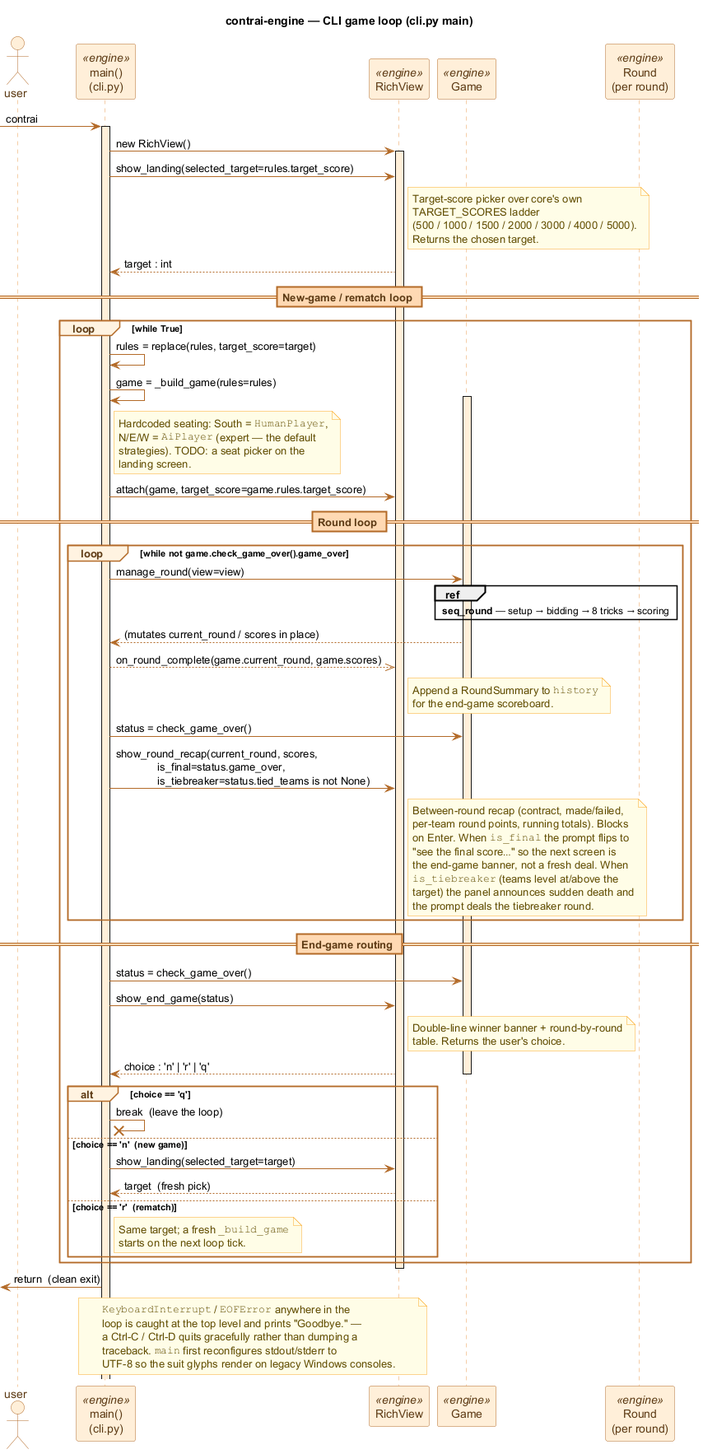
Above: docs/diagrams/seq_cli.png in valmathieu/ContrAI (PlantUML), before the change.
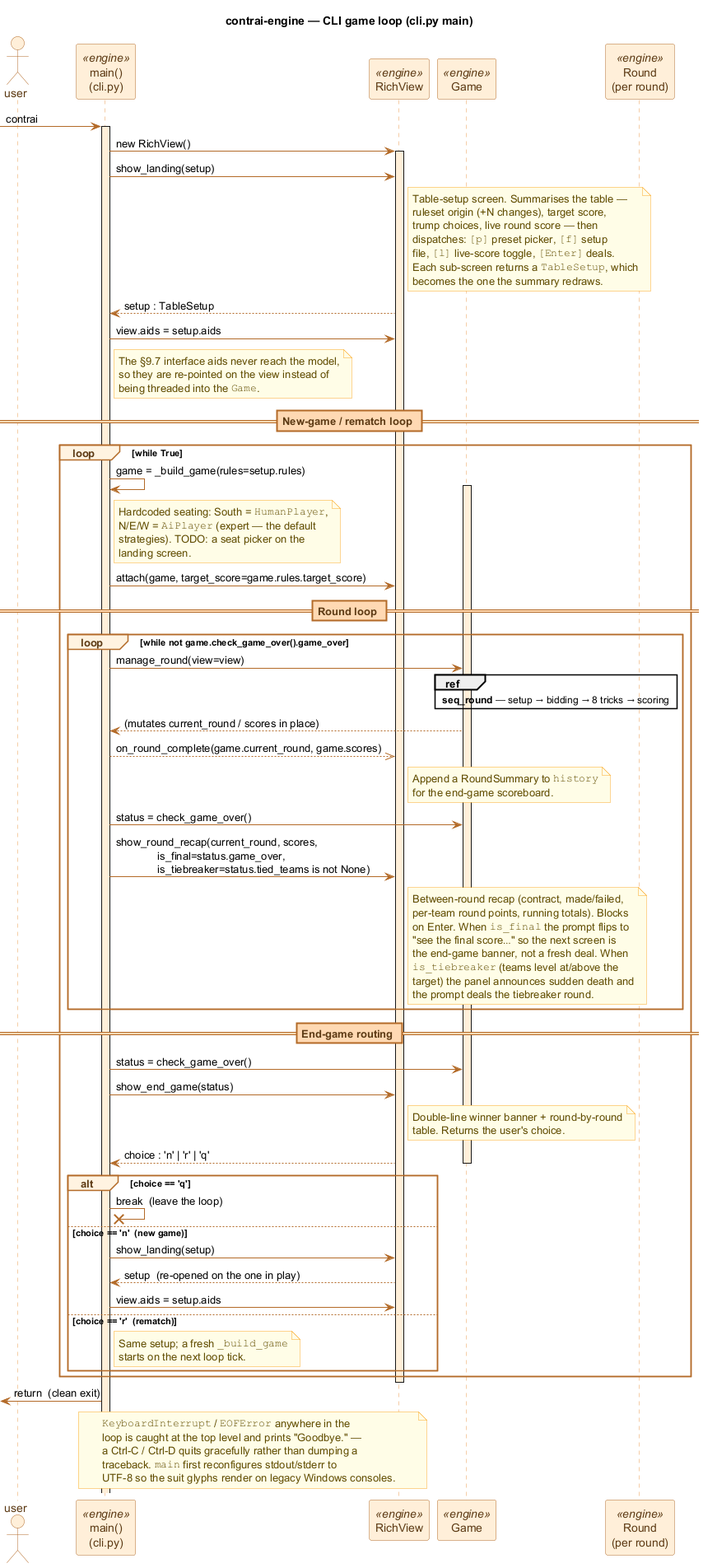
Above is the later version.

What changed in the source:
```diff
@@ -38,20 +38,28 @@
 
 M -> V : new RichView()
 activate V
-M -> V : show_landing(selected_target=rules.target_score)
+M -> V : show_landing(setup)
 note right of V
-  Target-score picker over core's own
-  TARGET~_SCORES ladder
-  (500 / 1000 / 1500 / 2000 / 3000 / 4000 / 5000).
-  Returns the chosen target.
+  Table-setup screen. Summarises the table —
+  ruleset origin (+N changes), target score,
+  trump choices, live round score — then
+  dispatches: ""[p]"" preset picker, ""[f]"" setup
+  file, ""[l]"" live-score toggle, ""[Enter]"" deals.
+  Each sub-screen returns a ""TableSetup"", which
+  becomes the one the summary redraws.
 end note
-V --> M : target : int
+V --> M : setup : TableSetup
+M -> V : view.aids = setup.aids
+note right of M
+  The §9.7 interface aids never reach the model,
+  so they are re-pointed on the view instead of
+  being threaded into the ""Game"".
+end note
 
 == New-game / rematch loop ==
 
 loop while True
-    M -> M : rules = replace(rules, target~_score=target)
-    M -> M : game = _build_game(rules=rules)
+    M -> M : game = _build_game(rules=setup.rules)
     activate G
     note right of M
       Hardcoded seating: South = ""HumanPlayer"",
@@ -102,11 +110,12 @@
     alt choice == 'q'
         M ->x M : break  (leave the loop)
     else choice == 'n'  (new game)
-        M -> V : show_landing(selected_target=target)
-        V --> M : target  (fresh pick)
+        M -> V : show_landing(setup)
+        V --> M : setup  (re-opened on the one in play)
+        M -> V : view.aids = setup.aids
     else choice == 'r'  (rematch)
         note right of M
-          Same target; a fresh ""_build_game""
+          Same setup; a fresh ""_build_game""
           starts on the next loop tick.
         end note
     end
```
